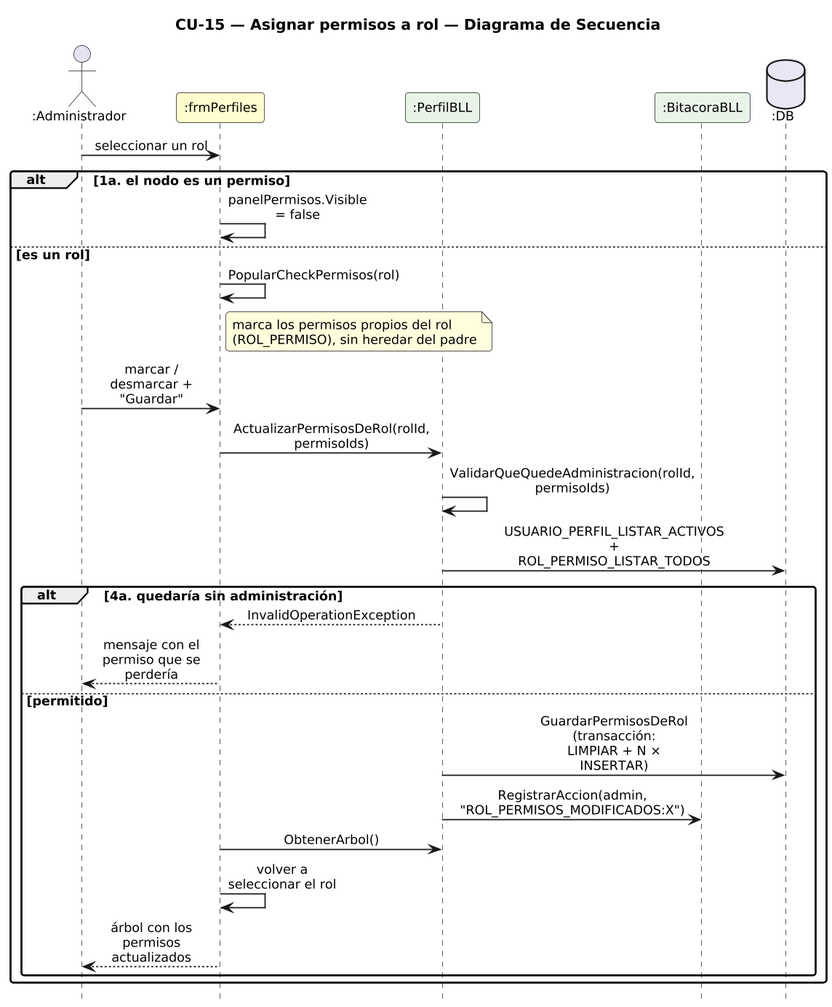
Urrels/ingenieria_software keeps this PlantUML diagram as DIAGRAMAS/DiagramaSecuencia_CU15_AsignarPermisosRol.png. Above is the earlier version.
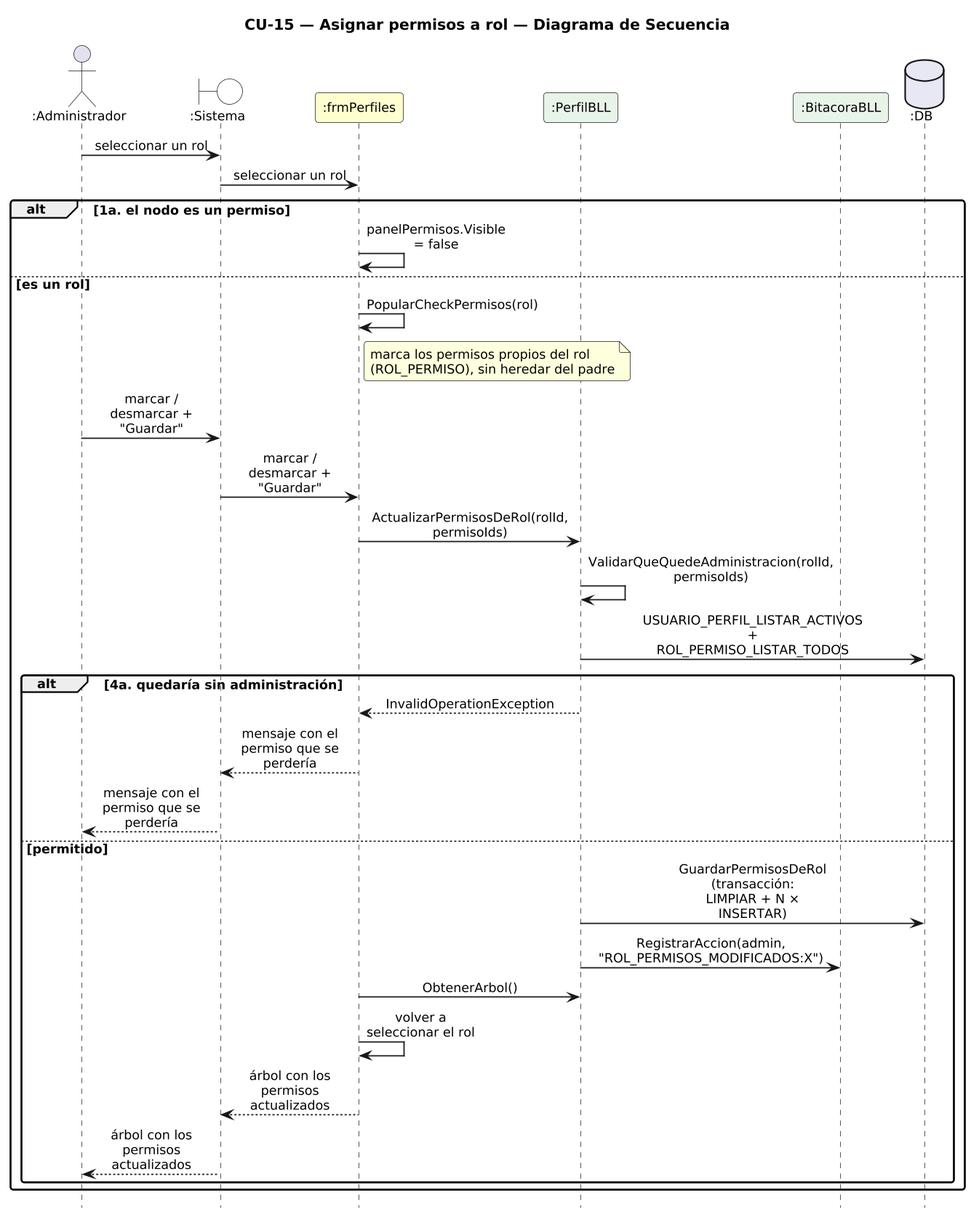
Later version of the same file.

What changed in the source:
```diff
@@ -14,30 +14,35 @@
 hide footbox
 
 actor ":Administrador" as A
+boundary ":Sistema" as SYS #FFFFFF
 participant ":frmPerfiles" as F #FEFECE
 participant ":PerfilBLL" as PB #E8F4E8
 participant ":BitacoraBLL" as BB #E8F4E8
 database ":DB" as DB #E8E8F4
 
-A -> F : seleccionar un rol
+A -> SYS : seleccionar un rol
+SYS -> F : seleccionar un rol
 alt 1a. el nodo es un permiso
   F -> F : panelPermisos.Visible = false
 else es un rol
   F -> F : PopularCheckPermisos(rol)
   note right of F : marca los permisos propios del rol\n(ROL_PERMISO), sin heredar del padre
-  A -> F : marcar / desmarcar + "Guardar"
+  A -> SYS : marcar / desmarcar + "Guardar"
+  SYS -> F : marcar / desmarcar + "Guardar"
   F -> PB : ActualizarPermisosDeRol(rolId, permisoIds)
   PB -> PB : ValidarQueQuedeAdministracion(rolId, permisoIds)
   PB -> DB : USUARIO_PERFIL_LISTAR_ACTIVOS\n+ ROL_PERMISO_LISTAR_TODOS
   alt 4a. quedaría sin administración
     PB --> F : InvalidOperationException
-    F --> A : mensaje con el permiso que se perdería
+    F --> SYS : mensaje con el permiso que se perdería
+    SYS --> A : mensaje con el permiso que se perdería
   else permitido
     PB -> DB : GuardarPermisosDeRol (transacción:\nLIMPIAR + N × INSERTAR)
     PB -> BB : RegistrarAccion(admin, "ROL_PERMISOS_MODIFICADOS:X")
     F -> PB : ObtenerArbol()
     F -> F : volver a seleccionar el rol
-    F --> A : árbol con los permisos actualizados
+    F --> SYS : árbol con los permisos actualizados
+    SYS --> A : árbol con los permisos actualizados
   end
 end
 
```
